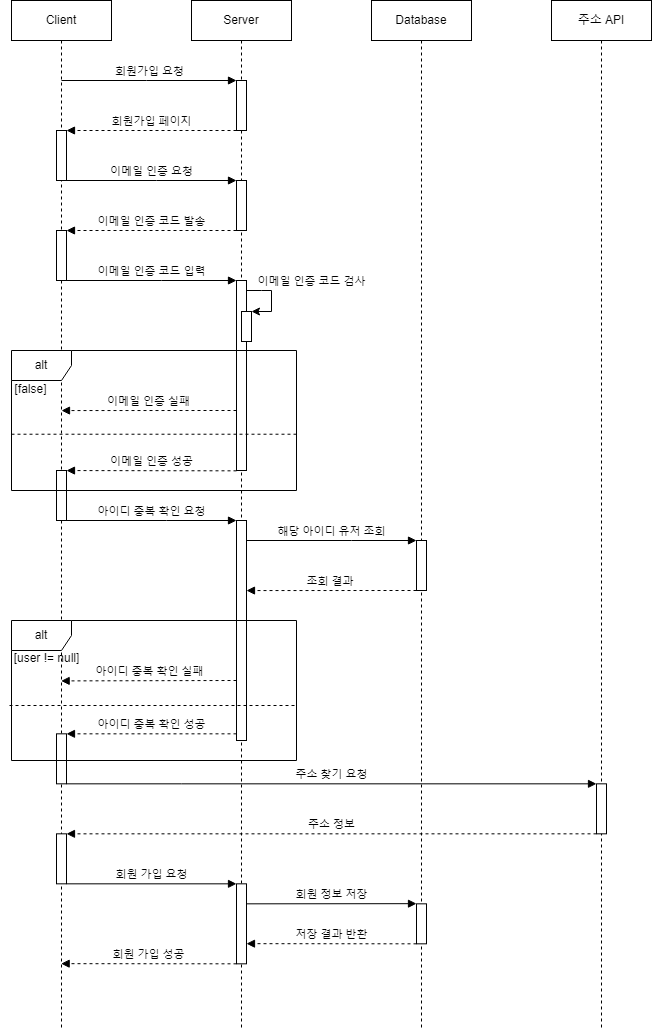
Above: architecture/SequenceDiagram/회원가입.png in 98Woonho/ITHotel (draw.io), before the change. Source tidied: cells renumbered, new cells last; positions are measured from the earlier drawing's top-left corner, leaving out a move shared by most shapes.
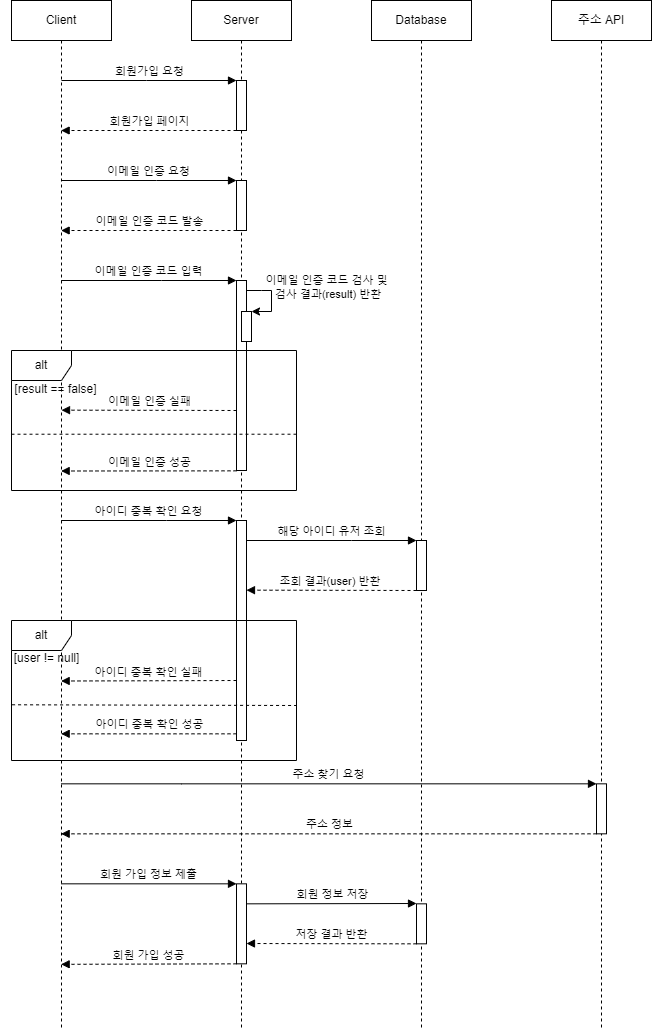
Above is the later version.

Commit message:
로그인 Sequence Diagram 추가

Change to the diagram source:
```diff
@@ -7,17 +7,2 @@
     </mxCell>
-    <mxCell id="3" value="&lt;span style=&quot;color: rgba(0, 0, 0, 0); font-family: monospace; font-size: 0px; text-align: start;&quot;&gt;%3CmxGraphModel%3E%3Croot%3E%3CmxCell%20id%3D%220%22%2F%3E%3CmxCell%20id%3D%221%22%20parent%3D%220%22%2F%3E%3CmxCell%20id%3D%222%22%20value%3D%22Server%22%20style%3D%22shape%3DumlLifeline%3Bperimeter%3DlifelinePerimeter%3BwhiteSpace%3Dwrap%3Bhtml%3D1%3Bcontainer%3D0%3BdropTarget%3D0%3Bcollapsible%3D0%3BrecursiveResize%3D0%3BoutlineConnect%3D0%3BportConstraint%3Deastwest%3BnewEdgeStyle%3D%7B%26quot%3BedgeStyle%26quot%3B%3A%26quot%3BelbowEdgeStyle%26quot%3B%2C%26quot%3Belbow%26quot%3B%3A%26quot%3Bvertical%26quot%3B%2C%26quot%3Bcurved%26quot%3B%3A0%2C%26quot%3Brounded%26quot%3B%3A0%7D%3B%22%20vertex%3D%221%22%20parent%3D%221%22%3E%3CmxGeometry%20x%3D%22220%22%20y%3D%2240%22%20width%3D%22100%22%20height%3D%22300%22%20as%3D%22geometry%22%2F%3E%3C%2FmxCell%3E%3CmxCell%20id%3D%223%22%20value%3D%22%22%20style%3D%22html%3D1%3Bpoints%3D%5B%5D%3Bperimeter%3DorthogonalPerimeter%3BoutlineConnect%3D0%3BtargetShapes%3DumlLifeline%3BportConstraint%3Deastwest%3BnewEdgeStyle%3D%7B%26quot%3BedgeStyle%26quot%3B%3A%26quot%3BelbowEdgeStyle%26quot%3B%2C%26quot%3Belbow%26quot%3B%3A%26quot%3Bvertical%26quot%3B%2C%26quot%3Bcurved%26quot%3B%3A0%2C%26quot%3Brounded%26quot%3B%3A0%7D%3B%22%20vertex%3D%221%22%20parent%3D%222%22%3E%3CmxGeometry%20x%3D%2245%22%20y%3D%2280%22%20width%3D%2210%22%20height%3D%2250%22%20as%3D%22geometry%22%2F%3E%3C%2FmxCell%3E%3C%2Froot%3E%3C%2FmxGraphModel%3E&lt;/span&gt;" style="html=1;points=[];perimeter=orthogonalPerimeter;outlineConnect=0;targetShapes=umlLifeline;portConstraint=eastwest;newEdgeStyle={&quot;edgeStyle&quot;:&quot;elbowEdgeStyle&quot;,&quot;elbow&quot;:&quot;vertical&quot;,&quot;curved&quot;:0,&quot;rounded&quot;:0};" parent="2" vertex="1">
-      <mxGeometry x="45" y="130" width="10" height="50" as="geometry" />
-    </mxCell>
-    <mxCell id="4" value="&lt;span style=&quot;color: rgba(0, 0, 0, 0); font-family: monospace; font-size: 0px; text-align: start;&quot;&gt;%3CmxGraphModel%3E%3Croot%3E%3CmxCell%20id%3D%220%22%2F%3E%3CmxCell%20id%3D%221%22%20parent%3D%220%22%2F%3E%3CmxCell%20id%3D%222%22%20value%3D%22Server%22%20style%3D%22shape%3DumlLifeline%3Bperimeter%3DlifelinePerimeter%3BwhiteSpace%3Dwrap%3Bhtml%3D1%3Bcontainer%3D0%3BdropTarget%3D0%3Bcollapsible%3D0%3BrecursiveResize%3D0%3BoutlineConnect%3D0%3BportConstraint%3Deastwest%3BnewEdgeStyle%3D%7B%26quot%3BedgeStyle%26quot%3B%3A%26quot%3BelbowEdgeStyle%26quot%3B%2C%26quot%3Belbow%26quot%3B%3A%26quot%3Bvertical%26quot%3B%2C%26quot%3Bcurved%26quot%3B%3A0%2C%26quot%3Brounded%26quot%3B%3A0%7D%3B%22%20vertex%3D%221%22%20parent%3D%221%22%3E%3CmxGeometry%20x%3D%22220%22%20y%3D%2240%22%20width%3D%22100%22%20height%3D%22300%22%20as%3D%22geometry%22%2F%3E%3C%2FmxCell%3E%3CmxCell%20id%3D%223%22%20value%3D%22%22%20style%3D%22html%3D1%3Bpoints%3D%5B%5D%3Bperimeter%3DorthogonalPerimeter%3BoutlineConnect%3D0%3BtargetShapes%3DumlLifeline%3BportConstraint%3Deastwest%3BnewEdgeStyle%3D%7B%26quot%3BedgeStyle%26quot%3B%3A%26quot%3BelbowEdgeStyle%26quot%3B%2C%26quot%3Belbow%26quot%3B%3A%26quot%3Bvertical%26quot%3B%2C%26quot%3Bcurved%26quot%3B%3A0%2C%26quot%3Brounded%26quot%3B%3A0%7D%3B%22%20vertex%3D%221%22%20parent%3D%222%22%3E%3CmxGeometry%20x%3D%2245%22%20y%3D%2280%22%20width%3D%2210%22%20height%3D%2250%22%20as%3D%22geometry%22%2F%3E%3C%2FmxCell%3E%3C%2Froot%3E%3C%2FmxGraphModel%3E&lt;/span&gt;" style="html=1;points=[];perimeter=orthogonalPerimeter;outlineConnect=0;targetShapes=umlLifeline;portConstraint=eastwest;newEdgeStyle={&quot;edgeStyle&quot;:&quot;elbowEdgeStyle&quot;,&quot;elbow&quot;:&quot;vertical&quot;,&quot;curved&quot;:0,&quot;rounded&quot;:0};" parent="2" vertex="1">
-      <mxGeometry x="45" y="230" width="10" height="50" as="geometry" />
-    </mxCell>
-    <mxCell id="5" value="&lt;span style=&quot;color: rgba(0, 0, 0, 0); font-family: monospace; font-size: 0px; text-align: start;&quot;&gt;%3CmxGraphModel%3E%3Croot%3E%3CmxCell%20id%3D%220%22%2F%3E%3CmxCell%20id%3D%221%22%20parent%3D%220%22%2F%3E%3CmxCell%20id%3D%222%22%20value%3D%22Server%22%20style%3D%22shape%3DumlLifeline%3Bperimeter%3DlifelinePerimeter%3BwhiteSpace%3Dwrap%3Bhtml%3D1%3Bcontainer%3D0%3BdropTarget%3D0%3Bcollapsible%3D0%3BrecursiveResize%3D0%3BoutlineConnect%3D0%3BportConstraint%3Deastwest%3BnewEdgeStyle%3D%7B%26quot%3BedgeStyle%26quot%3B%3A%26quot%3BelbowEdgeStyle%26quot%3B%2C%26quot%3Belbow%26quot%3B%3A%26quot%3Bvertical%26quot%3B%2C%26quot%3Bcurved%26quot%3B%3A0%2C%26quot%3Brounded%26quot%3B%3A0%7D%3B%22%20vertex%3D%221%22%20parent%3D%221%22%3E%3CmxGeometry%20x%3D%22220%22%20y%3D%2240%22%20width%3D%22100%22%20height%3D%22300%22%20as%3D%22geometry%22%2F%3E%3C%2FmxCell%3E%3CmxCell%20id%3D%223%22%20value%3D%22%22%20style%3D%22html%3D1%3Bpoints%3D%5B%5D%3Bperimeter%3DorthogonalPerimeter%3BoutlineConnect%3D0%3BtargetShapes%3DumlLifeline%3BportConstraint%3Deastwest%3BnewEdgeStyle%3D%7B%26quot%3BedgeStyle%26quot%3B%3A%26quot%3BelbowEdgeStyle%26quot%3B%2C%26quot%3Belbow%26quot%3B%3A%26quot%3Bvertical%26quot%3B%2C%26quot%3Bcurved%26quot%3B%3A0%2C%26quot%3Brounded%26quot%3B%3A0%7D%3B%22%20vertex%3D%221%22%20parent%3D%222%22%3E%3CmxGeometry%20x%3D%2245%22%20y%3D%2280%22%20width%3D%2210%22%20height%3D%2250%22%20as%3D%22geometry%22%2F%3E%3C%2FmxCell%3E%3C%2Froot%3E%3C%2FmxGraphModel%3E&lt;/span&gt;" style="html=1;points=[];perimeter=orthogonalPerimeter;outlineConnect=0;targetShapes=umlLifeline;portConstraint=eastwest;newEdgeStyle={&quot;edgeStyle&quot;:&quot;elbowEdgeStyle&quot;,&quot;elbow&quot;:&quot;vertical&quot;,&quot;curved&quot;:0,&quot;rounded&quot;:0};" parent="2" vertex="1">
-      <mxGeometry x="45" y="470" width="10" height="50" as="geometry" />
-    </mxCell>
-    <mxCell id="6" value="&lt;span style=&quot;color: rgba(0, 0, 0, 0); font-family: monospace; font-size: 0px; text-align: start;&quot;&gt;%3CmxGraphModel%3E%3Croot%3E%3CmxCell%20id%3D%220%22%2F%3E%3CmxCell%20id%3D%221%22%20parent%3D%220%22%2F%3E%3CmxCell%20id%3D%222%22%20value%3D%22Server%22%20style%3D%22shape%3DumlLifeline%3Bperimeter%3DlifelinePerimeter%3BwhiteSpace%3Dwrap%3Bhtml%3D1%3Bcontainer%3D0%3BdropTarget%3D0%3Bcollapsible%3D0%3BrecursiveResize%3D0%3BoutlineConnect%3D0%3BportConstraint%3Deastwest%3BnewEdgeStyle%3D%7B%26quot%3BedgeStyle%26quot%3B%3A%26quot%3BelbowEdgeStyle%26quot%3B%2C%26quot%3Belbow%26quot%3B%3A%26quot%3Bvertical%26quot%3B%2C%26quot%3Bcurved%26quot%3B%3A0%2C%26quot%3Brounded%26quot%3B%3A0%7D%3B%22%20vertex%3D%221%22%20parent%3D%221%22%3E%3CmxGeometry%20x%3D%22220%22%20y%3D%2240%22%20width%3D%22100%22%20height%3D%22300%22%20as%3D%22geometry%22%2F%3E%3C%2FmxCell%3E%3CmxCell%20id%3D%223%22%20value%3D%22%22%20style%3D%22html%3D1%3Bpoints%3D%5B%5D%3Bperimeter%3DorthogonalPerimeter%3BoutlineConnect%3D0%3BtargetShapes%3DumlLifeline%3BportConstraint%3Deastwest%3BnewEdgeStyle%3D%7B%26quot%3BedgeStyle%26quot%3B%3A%26quot%3BelbowEdgeStyle%26quot%3B%2C%26quot%3Belbow%26quot%3B%3A%26quot%3Bvertical%26quot%3B%2C%26quot%3Bcurved%26quot%3B%3A0%2C%26quot%3Brounded%26quot%3B%3A0%7D%3B%22%20vertex%3D%221%22%20parent%3D%222%22%3E%3CmxGeometry%20x%3D%2245%22%20y%3D%2280%22%20width%3D%2210%22%20height%3D%2250%22%20as%3D%22geometry%22%2F%3E%3C%2FmxCell%3E%3C%2Froot%3E%3C%2FmxGraphModel%3E&lt;/span&gt;" style="html=1;points=[];perimeter=orthogonalPerimeter;outlineConnect=0;targetShapes=umlLifeline;portConstraint=eastwest;newEdgeStyle={&quot;edgeStyle&quot;:&quot;elbowEdgeStyle&quot;,&quot;elbow&quot;:&quot;vertical&quot;,&quot;curved&quot;:0,&quot;rounded&quot;:0};" parent="2" vertex="1">
-      <mxGeometry x="45" y="733.3" width="10" height="50" as="geometry" />
-    </mxCell>
-    <mxCell id="7" value="&lt;span style=&quot;color: rgba(0, 0, 0, 0); font-family: monospace; font-size: 0px; text-align: start;&quot;&gt;%3CmxGraphModel%3E%3Croot%3E%3CmxCell%20id%3D%220%22%2F%3E%3CmxCell%20id%3D%221%22%20parent%3D%220%22%2F%3E%3CmxCell%20id%3D%222%22%20value%3D%22Server%22%20style%3D%22shape%3DumlLifeline%3Bperimeter%3DlifelinePerimeter%3BwhiteSpace%3Dwrap%3Bhtml%3D1%3Bcontainer%3D0%3BdropTarget%3D0%3Bcollapsible%3D0%3BrecursiveResize%3D0%3BoutlineConnect%3D0%3BportConstraint%3Deastwest%3BnewEdgeStyle%3D%7B%26quot%3BedgeStyle%26quot%3B%3A%26quot%3BelbowEdgeStyle%26quot%3B%2C%26quot%3Belbow%26quot%3B%3A%26quot%3Bvertical%26quot%3B%2C%26quot%3Bcurved%26quot%3B%3A0%2C%26quot%3Brounded%26quot%3B%3A0%7D%3B%22%20vertex%3D%221%22%20parent%3D%221%22%3E%3CmxGeometry%20x%3D%22220%22%20y%3D%2240%22%20width%3D%22100%22%20height%3D%22300%22%20as%3D%22geometry%22%2F%3E%3C%2FmxCell%3E%3CmxCell%20id%3D%223%22%20value%3D%22%22%20style%3D%22html%3D1%3Bpoints%3D%5B%5D%3Bperimeter%3DorthogonalPerimeter%3BoutlineConnect%3D0%3BtargetShapes%3DumlLifeline%3BportConstraint%3Deastwest%3BnewEdgeStyle%3D%7B%26quot%3BedgeStyle%26quot%3B%3A%26quot%3BelbowEdgeStyle%26quot%3B%2C%26quot%3Belbow%26quot%3B%3A%26quot%3Bvertical%26quot%3B%2C%26quot%3Bcurved%26quot%3B%3A0%2C%26quot%3Brounded%26quot%3B%3A0%7D%3B%22%20vertex%3D%221%22%20parent%3D%222%22%3E%3CmxGeometry%20x%3D%2245%22%20y%3D%2280%22%20width%3D%2210%22%20height%3D%2250%22%20as%3D%22geometry%22%2F%3E%3C%2FmxCell%3E%3C%2Froot%3E%3C%2FmxGraphModel%3E&lt;/span&gt;" style="html=1;points=[];perimeter=orthogonalPerimeter;outlineConnect=0;targetShapes=umlLifeline;portConstraint=eastwest;newEdgeStyle={&quot;edgeStyle&quot;:&quot;elbowEdgeStyle&quot;,&quot;elbow&quot;:&quot;vertical&quot;,&quot;curved&quot;:0,&quot;rounded&quot;:0};" parent="2" vertex="1">
-      <mxGeometry x="45" y="833.3" width="10" height="50" as="geometry" />
-    </mxCell>
     <mxCell id="8" value="Server" style="shape=umlLifeline;perimeter=lifelinePerimeter;whiteSpace=wrap;html=1;newEdgeStyle={&quot;edgeStyle&quot;:&quot;elbowEdgeStyle&quot;,&quot;elbow&quot;:&quot;vertical&quot;,&quot;curved&quot;:0,&quot;rounded&quot;:0};" parent="1" vertex="1">
@@ -45,3 +30,3 @@
     </mxCell>
-    <mxCell id="14" value="회원가입 페이지" style="html=1;verticalAlign=bottom;endArrow=block;dashed=1;endSize=6;edgeStyle=elbowEdgeStyle;elbow=vertical;curved=0;rounded=0;endFill=1;" parent="1" edge="1" source="9" target="3">
+    <mxCell id="14" value="회원가입 페이지" style="html=1;verticalAlign=bottom;endArrow=block;dashed=1;endSize=6;edgeStyle=elbowEdgeStyle;elbow=vertical;curved=0;rounded=0;endFill=1;" parent="1" edge="1" source="9" target="2">
       <mxGeometry relative="1" as="geometry">
@@ -52,3 +37,3 @@
     </mxCell>
-    <mxCell id="15" value="이메일 인증 요청" style="html=1;verticalAlign=bottom;endArrow=block;edgeStyle=elbowEdgeStyle;elbow=vertical;curved=0;rounded=0;" parent="1" edge="1" source="3" target="10">
+    <mxCell id="15" value="이메일 인증 요청" style="html=1;verticalAlign=bottom;endArrow=block;edgeStyle=elbowEdgeStyle;elbow=vertical;curved=0;rounded=0;" parent="1" edge="1" source="2" target="10">
       <mxGeometry relative="1" as="geometry">
@@ -59,3 +44,3 @@
     </mxCell>
-    <mxCell id="16" value="이메일 인증 코드 발송" style="html=1;verticalAlign=bottom;endArrow=block;dashed=1;endSize=6;edgeStyle=elbowEdgeStyle;elbow=vertical;curved=0;rounded=0;endFill=1;" parent="1" edge="1" source="10" target="4">
+    <mxCell id="16" value="이메일 인증 코드 발송" style="html=1;verticalAlign=bottom;endArrow=block;dashed=1;endSize=6;edgeStyle=elbowEdgeStyle;elbow=vertical;curved=0;rounded=0;endFill=1;" parent="1" edge="1" source="10" target="2">
       <mxGeometry relative="1" as="geometry">
@@ -66,3 +51,3 @@
     </mxCell>
-    <mxCell id="17" value="이메일 인증 코드 입력" style="html=1;verticalAlign=bottom;endArrow=block;edgeStyle=elbowEdgeStyle;elbow=vertical;curved=0;rounded=0;" parent="1" edge="1" source="4" target="11">
+    <mxCell id="17" value="이메일 인증 코드 입력" style="html=1;verticalAlign=bottom;endArrow=block;edgeStyle=elbowEdgeStyle;elbow=vertical;curved=0;rounded=0;" parent="1" edge="1" source="2" target="11">
       <mxGeometry relative="1" as="geometry">
@@ -85,5 +70,5 @@
     </mxCell>
-    <mxCell id="20" value="이메일 인증 코드 검사" style="edgeLabel;html=1;align=center;verticalAlign=middle;" parent="19" vertex="1">
+    <mxCell id="20" value="이메일 인증 코드 검사 및&lt;div&gt;&amp;nbsp;검사 결과(result) 반환&lt;/div&gt;" style="edgeLabel;html=1;align=center;verticalAlign=middle;labelBackgroundColor=none;" parent="19" vertex="1">
       <mxGeometry x="-0.47" y="1" relative="1" as="geometry">
-        <mxPoint x="47" y="-8" as="offset" />
+        <mxPoint x="62" y="-2" as="offset" />
       </mxGeometry>
@@ -96,6 +81,5 @@
     </mxCell>
-    <mxCell id="22" value="이메일 인증 성공" style="html=1;verticalAlign=bottom;endArrow=block;dashed=1;endSize=6;edgeStyle=elbowEdgeStyle;elbow=vertical;curved=0;rounded=0;endFill=1;" parent="1" edge="1">
+    <mxCell id="22" value="이메일 인증 성공" style="html=1;verticalAlign=bottom;endArrow=block;dashed=1;endSize=6;edgeStyle=elbowEdgeStyle;elbow=vertical;curved=0;rounded=0;endFill=1;" parent="1" edge="1" target="2">
       <mxGeometry relative="1" as="geometry">
         <mxPoint x="236" y="470.3" as="sourcePoint" />
-        <mxPoint x="66" y="470" as="targetPoint" />
       </mxGeometry>
@@ -111,3 +95,3 @@
     </mxCell>
-    <mxCell id="26" value="아이디 중복 확인 요청" style="html=1;verticalAlign=bottom;endArrow=block;edgeStyle=elbowEdgeStyle;elbow=vertical;curved=0;rounded=0;" parent="1" edge="1" source="5" target="12">
+    <mxCell id="26" value="아이디 중복 확인 요청" style="html=1;verticalAlign=bottom;endArrow=block;edgeStyle=elbowEdgeStyle;elbow=vertical;curved=0;rounded=0;" parent="1" edge="1" source="2" target="12">
       <mxGeometry relative="1" as="geometry">
@@ -125,3 +109,3 @@
     </mxCell>
-    <mxCell id="28" value="조회 결과&amp;nbsp;" style="html=1;verticalAlign=bottom;endArrow=block;dashed=1;endSize=6;edgeStyle=elbowEdgeStyle;elbow=vertical;curved=0;rounded=0;endFill=1;" parent="1" edge="1">
+    <mxCell id="28" value="조회 결과(user) 반환&amp;nbsp;" style="html=1;verticalAlign=bottom;endArrow=block;dashed=1;endSize=6;edgeStyle=elbowEdgeStyle;elbow=vertical;curved=0;rounded=0;endFill=1;" parent="1" edge="1">
       <mxGeometry relative="1" as="geometry">
@@ -137,3 +121,3 @@
     </mxCell>
-    <mxCell id="30" value="아이디 중복 확인 성공" style="html=1;verticalAlign=bottom;endArrow=block;dashed=1;endSize=6;edgeStyle=elbowEdgeStyle;elbow=vertical;curved=0;rounded=0;endFill=1;" parent="1" edge="1" target="6">
+    <mxCell id="30" value="아이디 중복 확인 성공" style="html=1;verticalAlign=bottom;endArrow=block;dashed=1;endSize=6;edgeStyle=elbowEdgeStyle;elbow=vertical;curved=0;rounded=0;endFill=1;" parent="1" edge="1" target="2">
       <mxGeometry relative="1" as="geometry">
@@ -151,3 +135,3 @@
     </mxCell>
-    <mxCell id="33" value="주소 찾기 요청" style="html=1;verticalAlign=bottom;endArrow=block;edgeStyle=elbowEdgeStyle;elbow=vertical;curved=0;rounded=0;" parent="1" edge="1" source="6" target="32">
+    <mxCell id="33" value="주소 찾기 요청" style="html=1;verticalAlign=bottom;endArrow=block;edgeStyle=elbowEdgeStyle;elbow=vertical;curved=0;rounded=0;" parent="1" edge="1" source="2" target="32">
       <mxGeometry relative="1" as="geometry">
@@ -158,3 +142,3 @@
     </mxCell>
-    <mxCell id="34" value="주소 정보" style="html=1;verticalAlign=bottom;endArrow=block;dashed=1;endSize=6;edgeStyle=elbowEdgeStyle;elbow=vertical;curved=0;rounded=0;endFill=1;" parent="1" edge="1" source="32" target="7">
+    <mxCell id="34" value="주소 정보" style="html=1;verticalAlign=bottom;endArrow=block;dashed=1;endSize=6;edgeStyle=elbowEdgeStyle;elbow=vertical;curved=0;rounded=0;endFill=1;" parent="1" edge="1" source="32" target="2">
       <mxGeometry relative="1" as="geometry">
@@ -168,3 +152,3 @@
     </mxCell>
-    <mxCell id="36" value="회원 가입 요청" style="html=1;verticalAlign=bottom;endArrow=block;edgeStyle=elbowEdgeStyle;elbow=vertical;curved=0;rounded=0;" parent="1" edge="1" source="7" target="35">
+    <mxCell id="36" value="회원 가입 정보 제출" style="html=1;verticalAlign=bottom;endArrow=block;edgeStyle=elbowEdgeStyle;elbow=vertical;curved=0;rounded=0;" parent="1" edge="1" source="2" target="35">
       <mxGeometry relative="1" as="geometry">
@@ -198,4 +182,4 @@
     </mxCell>
-    <mxCell id="42" value="[false]" style="text;html=1;align=center;verticalAlign=middle;strokeColor=none;fillColor=none;" parent="1" vertex="1">
-      <mxGeometry y="374" width="60" height="30" as="geometry" />
+    <mxCell id="42" value="[result == false]" style="text;html=1;align=center;verticalAlign=middle;strokeColor=none;fillColor=none;" parent="1" vertex="1">
+      <mxGeometry y="374" width="110" height="30" as="geometry" />
     </mxCell>
@@ -204,5 +188,4 @@
     </mxCell>
-    <mxCell id="44" style="endArrow=none;dashed=1;html=1;rounded=0;exitX=0;exitY=0.598;exitDx=0;exitDy=0;exitPerimeter=0;entryX=1.006;entryY=0.598;entryDx=0;entryDy=0;entryPerimeter=0;" parent="1" edge="1">
+    <mxCell id="44" style="endArrow=none;dashed=1;html=1;rounded=0;entryX=1.006;entryY=0.598;entryDx=0;entryDy=0;entryPerimeter=0;exitX=0.002;exitY=0.602;exitDx=0;exitDy=0;exitPerimeter=0;" parent="1" edge="1" source="43">
       <mxGeometry relative="1" as="geometry">
-        <mxPoint x="9" y="705" as="sourcePoint" />
         <mxPoint x="296" y="705" as="targetPoint" />
```
